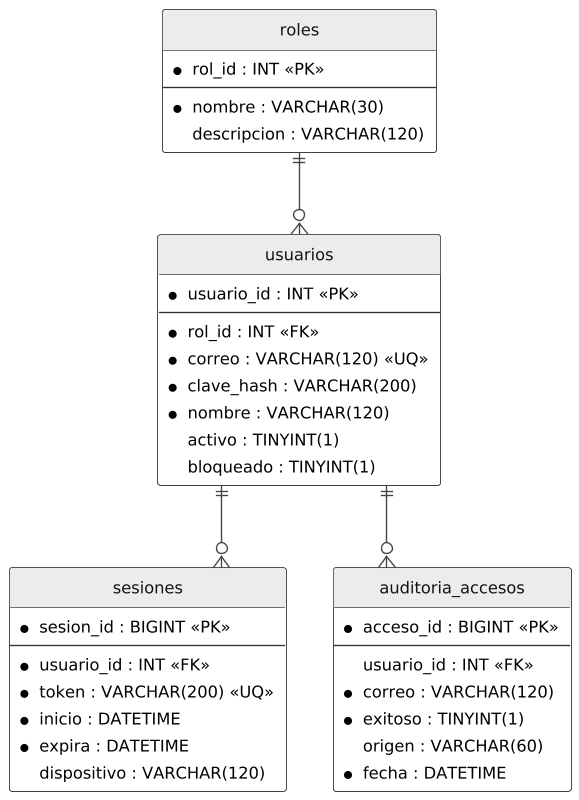
Above: docs/diagramas/png/08a_er_seguridad.png in JesusmanR/SGIP (PlantUML), before the change. Its diagram source:
```plantuml
@startuml
!include comun.iuml
hide circle
skinparam linetype ortho

entity "roles" as roles {
  * rol_id : INT <<PK>>
  --
  * nombre : VARCHAR(30)
  descripcion : VARCHAR(120)
}

entity "usuarios" as usuarios {
  * usuario_id : INT <<PK>>
  --
  * rol_id : INT <<FK>>
  * correo : VARCHAR(120) <<UQ>>
  * clave_hash : VARCHAR(200)
  * nombre : VARCHAR(120)
  activo : TINYINT(1)
  bloqueado : TINYINT(1)
}

entity "sesiones" as sesiones {
  * sesion_id : BIGINT <<PK>>
  --
  * usuario_id : INT <<FK>>
  * token : VARCHAR(200) <<UQ>>
  * inicio : DATETIME
  * expira : DATETIME
  dispositivo : VARCHAR(120)
}

entity "auditoria_accesos" as audit {
  * acceso_id : BIGINT <<PK>>
  --
  usuario_id : INT <<FK>>
  * correo : VARCHAR(120)
  * exitoso : TINYINT(1)
  origen : VARCHAR(60)
  * fecha : DATETIME
}
roles ||--o{ usuarios
usuarios ||--o{ sesiones
usuarios ||--o{ audit
@enduml
```
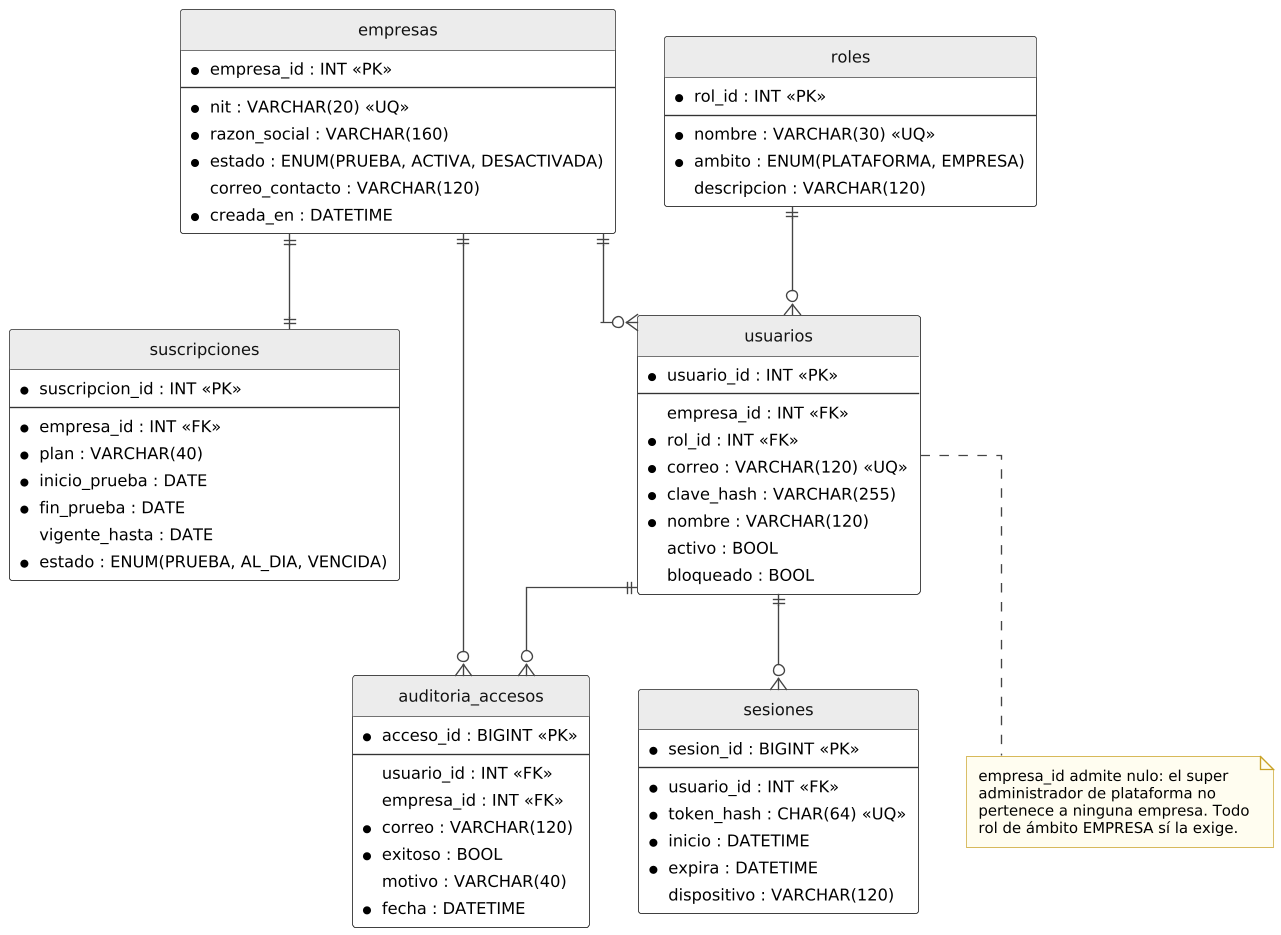
Above is the later version.

Change to the diagram source:
```diff
@@ -3,29 +3,52 @@
 hide circle
 skinparam linetype ortho
 
+entity "empresas" as emp {
+  * empresa_id : INT <<PK>>
+  --
+  * nit : VARCHAR(20) <<UQ>>
+  * razon_social : VARCHAR(160)
+  * estado : ENUM(PRUEBA, ACTIVA, DESACTIVADA)
+  correo_contacto : VARCHAR(120)
+  * creada_en : DATETIME
+}
+
+entity "suscripciones" as sus {
+  * suscripcion_id : INT <<PK>>
+  --
+  * empresa_id : INT <<FK>>
+  * plan : VARCHAR(40)
+  * inicio_prueba : DATE
+  * fin_prueba : DATE
+  vigente_hasta : DATE
+  * estado : ENUM(PRUEBA, AL_DIA, VENCIDA)
+}
+
 entity "roles" as roles {
   * rol_id : INT <<PK>>
   --
-  * nombre : VARCHAR(30)
+  * nombre : VARCHAR(30) <<UQ>>
+  * ambito : ENUM(PLATAFORMA, EMPRESA)
   descripcion : VARCHAR(120)
 }
 
 entity "usuarios" as usuarios {
   * usuario_id : INT <<PK>>
   --
+  empresa_id : INT <<FK>>
   * rol_id : INT <<FK>>
   * correo : VARCHAR(120) <<UQ>>
-  * clave_hash : VARCHAR(200)
+  * clave_hash : VARCHAR(255)
   * nombre : VARCHAR(120)
-  activo : TINYINT(1)
-  bloqueado : TINYINT(1)
+  activo : BOOL
+  bloqueado : BOOL
 }
 
 entity "sesiones" as sesiones {
   * sesion_id : BIGINT <<PK>>
   --
   * usuario_id : INT <<FK>>
-  * token : VARCHAR(200) <<UQ>>
+  * token_hash : CHAR(64) <<UQ>>
   * inicio : DATETIME
   * expira : DATETIME
   dispositivo : VARCHAR(120)
@@ -35,12 +58,24 @@
   * acceso_id : BIGINT <<PK>>
   --
   usuario_id : INT <<FK>>
+  empresa_id : INT <<FK>>
   * correo : VARCHAR(120)
-  * exitoso : TINYINT(1)
-  origen : VARCHAR(60)
+  * exitoso : BOOL
+  motivo : VARCHAR(40)
   * fecha : DATETIME
 }
+
+emp ||--|| sus
+emp ||--o{ usuarios
 roles ||--o{ usuarios
 usuarios ||--o{ sesiones
 usuarios ||--o{ audit
+emp ||--o{ audit
+
+note bottom of usuarios
+  empresa_id admite nulo: el super
+  administrador de plataforma no
+  pertenece a ninguna empresa. Todo
+  rol de ámbito EMPRESA sí la exige.
+end note
 @enduml
```
